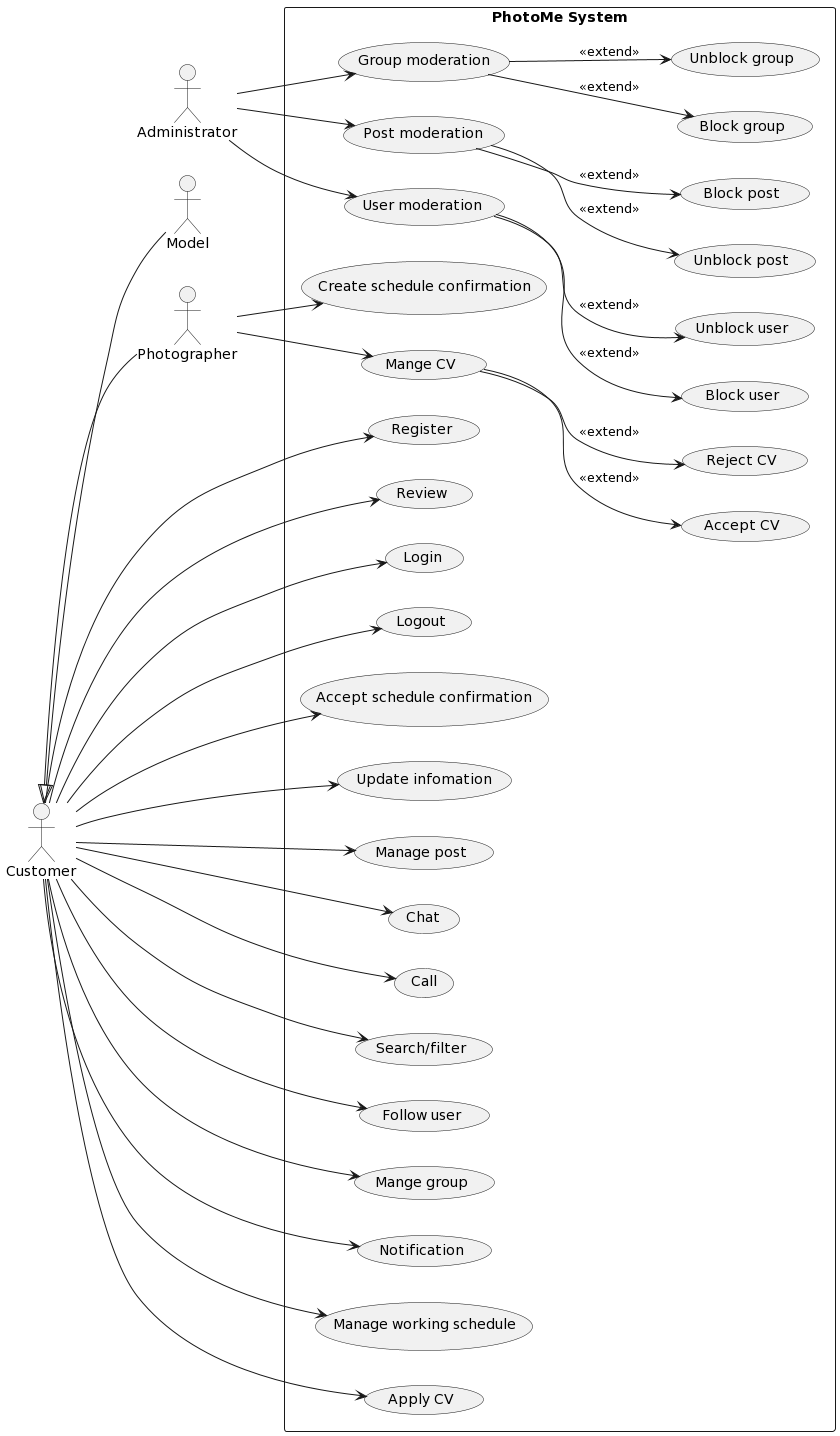
Before: Lab1/Lab1.2/use_case_diagram.png, a diagram exported from PlantUML (iawtk2302/SE357-Pratice-class).
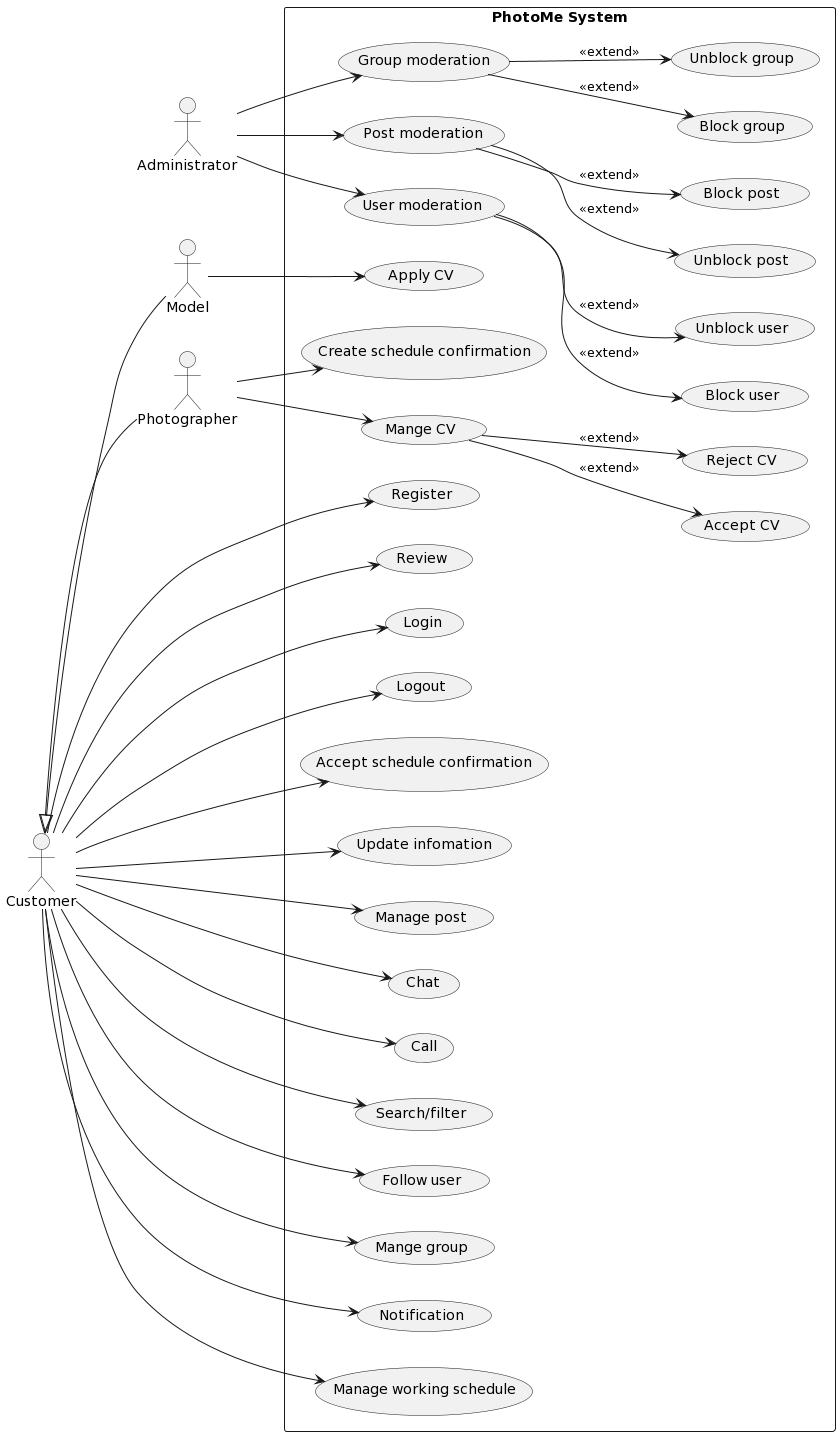
The same file after the commit.

Commit message:
update use case

The edit, as a diff of the source:
```diff
@@ -52,7 +52,7 @@
   Customer --> UC21
   Customer --> UC22
   Customer --> UC23
-  Customer --> UC24
+  Model --> UC24
   Photographer --> UC25
   Photographer --> UC26
   Customer <|-- Photographer
```
